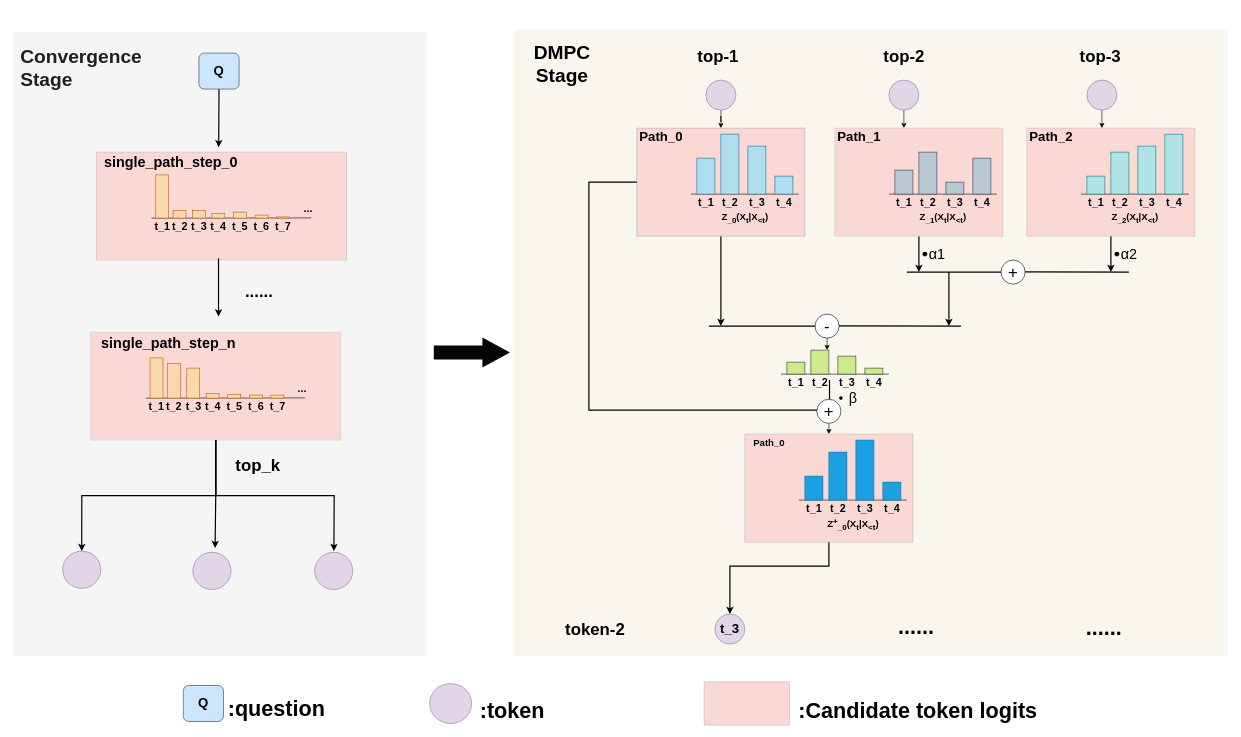
This is drawio_images/MPCR.drawio from zty-king/zty-king, a draw.io file, before an edit. Source tidied: cells renumbered, new cells numbered last; positions are measured from the earlier drawing's top-left corner, leaving out a move shared by most shapes. Both pictures are drawn from the tidied source at 60%, with x=0, y=0 at pixel (12, 29).
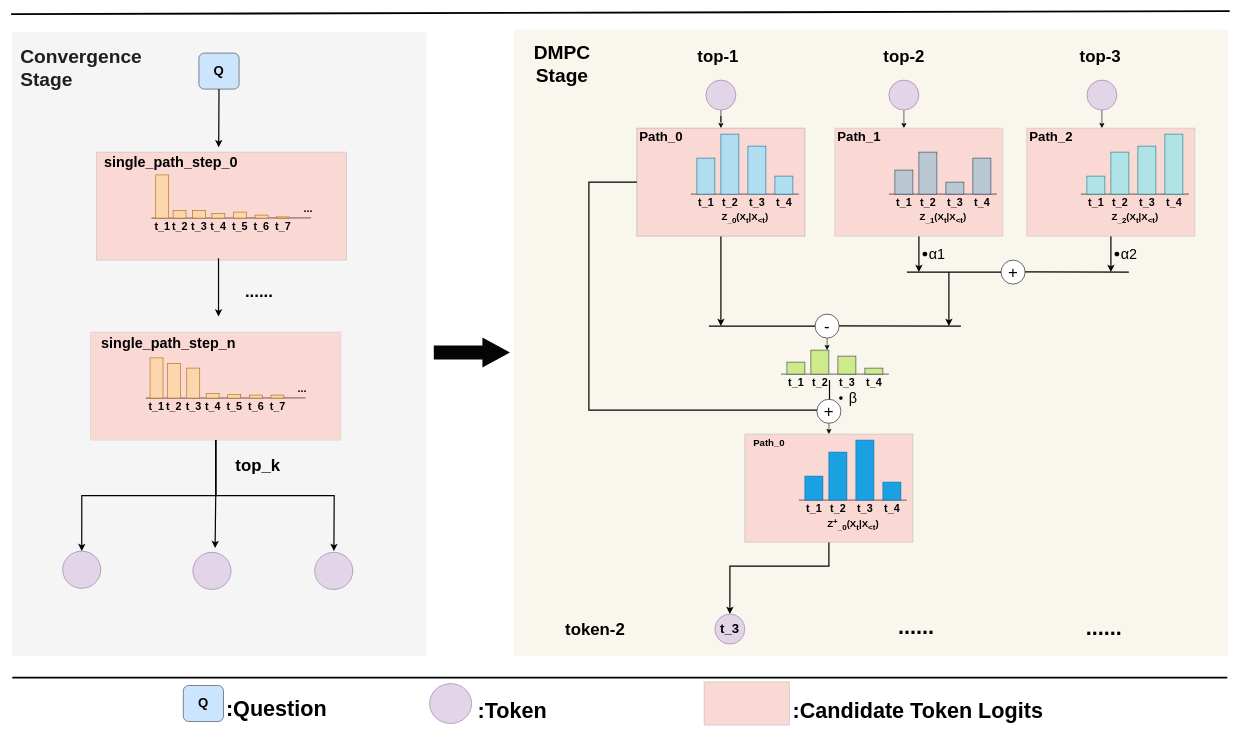
The same page after the edit.

Diff of the diagram source:
```diff
@@
-    <mxCell id="167" value="&lt;font style=&quot;font-size: 36px;&quot;&gt;:question&lt;/font&gt;" style="text;html=1;align=center;verticalAlign=middle;strokeColor=none;fillColor=none;fontStyle=1;fontSize=28;" parent="1" vertex="1">
-      <mxGeometry x="358" y="1104" width="164" height="55" as="geometry" />
+    <mxCell id="167" value="&lt;font style=&quot;font-size: 36px;&quot;&gt;:Question&lt;/font&gt;" style="text;html=1;align=center;verticalAlign=middle;strokeColor=none;fillColor=none;fontStyle=1;fontSize=28;" parent="1" vertex="1">
+      <mxGeometry x="354" y="1104" width="172" height="55" as="geometry" />
     </mxCell>
-    <mxCell id="168" value="&lt;font style=&quot;font-size: 36px;&quot;&gt;:token&lt;/font&gt;" style="text;html=1;align=center;verticalAlign=middle;strokeColor=none;fillColor=none;fontStyle=1;fontSize=28;" parent="1" vertex="1">
-      <mxGeometry x="775" y="1107" width="116" height="55" as="geometry" />
+    <mxCell id="168" value="&lt;font style=&quot;font-size: 36px;&quot;&gt;:Token&lt;/font&gt;" style="text;html=1;align=center;verticalAlign=middle;strokeColor=none;fillColor=none;fontStyle=1;fontSize=28;" parent="1" vertex="1">
+      <mxGeometry x="771" y="1107" width="124" height="55" as="geometry" />
     </mxCell>
@@
-    <mxCell id="170" value="&lt;font style=&quot;font-size: 36px;&quot;&gt;:Candidate token logits&lt;/font&gt;" style="text;html=1;align=center;verticalAlign=middle;strokeColor=none;fillColor=none;fontStyle=1;fontSize=28;" parent="1" vertex="1">
-      <mxGeometry x="1317" y="1107" width="384" height="55" as="geometry" />
+    <mxCell id="170" value="&lt;font style=&quot;font-size: 36px;&quot;&gt;:Candidate Token Logits&lt;/font&gt;" style="text;html=1;align=center;verticalAlign=middle;strokeColor=none;fillColor=none;fontStyle=1;fontSize=28;" parent="1" vertex="1">
+      <mxGeometry x="1307" y="1107" width="404" height="55" as="geometry" />
     </mxCell>
+    <mxCell id="171" style="endArrow=none;html=1;rounded=0;strokeWidth=3;" parent="1" edge="1">
+      <mxGeometry relative="1" as="geometry">
+        <mxPoint x="-2" y="-26" as="sourcePoint" />
+        <mxPoint x="2029" y="-31" as="targetPoint" />
+      </mxGeometry>
+    </mxCell>
+    <mxCell id="172" style="endArrow=none;html=1;rounded=0;strokeWidth=3;" parent="1" edge="1">
+      <mxGeometry relative="1" as="geometry">
+        <mxPoint y="1080" as="sourcePoint" />
+        <mxPoint x="2025" y="1080" as="targetPoint" />
+      </mxGeometry>
+    </mxCell>
```
